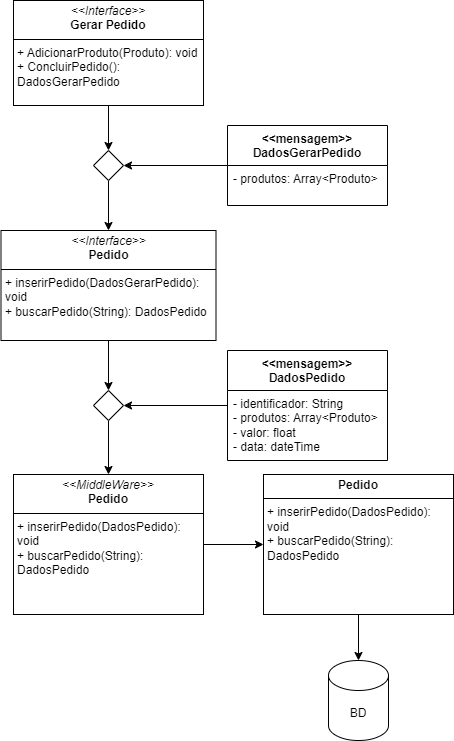
WolWolffz/ThuderBass_Stock keeps this draw.io diagram as design/UMLGerarPedido.drawio.png. Above is the earlier version. Source tidied: cells renumbered, new cells last; positions are measured from the earlier drawing's top-left corner, leaving out a move shared by most shapes.
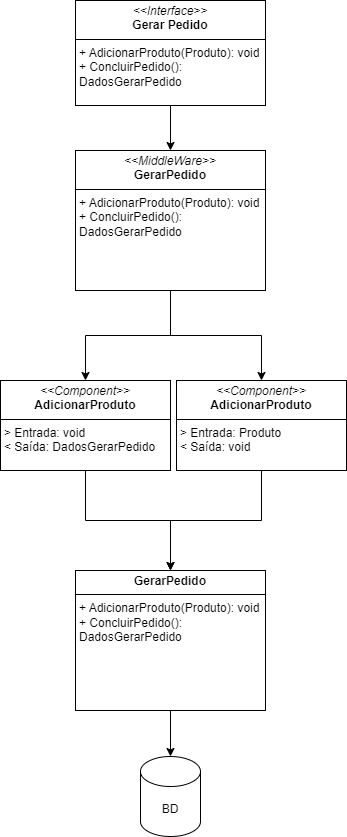
After the change.

The edit, as a diff of the source:
```diff
@@ -2,62 +2,41 @@
   <root>
     <mxCell id="0" />
     <mxCell id="1" parent="0" />
-    <mxCell id="2" style="edgeStyle=orthogonalEdgeStyle;rounded=0;jettySize=auto;html=1;exitX=0.5;exitY=1;exitDx=0;exitDy=0;entryX=0.5;entryY=0;entryDx=0;entryDy=0;" parent="1" edge="1" source="3" target="13">
-      <mxGeometry relative="1" as="geometry" />
-    </mxCell>
+    <mxCell id="21" style="edgeStyle=orthogonalEdgeStyle;rounded=0;jettySize=auto;html=1;exitX=0.5;exitY=1;exitDx=0;exitDy=0;entryX=0.5;entryY=0;entryDx=0;entryDy=0;" parent="1" edge="1" source="3" target="15">
+      <mxGeometry relative="1" as="geometry" />
+    </mxCell>
     <mxCell id="3" value="&lt;p style=&quot;margin:0px;margin-top:4px;text-align:center;&quot;&gt;&lt;i&gt;&amp;lt;&amp;lt;Interface&amp;gt;&amp;gt;&lt;/i&gt;&lt;br&gt;&lt;b&gt;Gerar Pedido&lt;/b&gt;&lt;/p&gt;&lt;hr size=&quot;1&quot; style=&quot;border-style:solid;&quot;&gt;&lt;p style=&quot;margin:0px;margin-left:4px;&quot;&gt;+ AdicionarProduto(Produto): void&lt;br&gt;+ ConcluirPedido(): DadosGerarPedido&lt;/p&gt;" style="verticalAlign=top;align=left;overflow=fill;html=1;whiteSpace=wrap;" parent="1" vertex="1">
-      <mxGeometry x="12" width="190" height="105" as="geometry" />
+      <mxGeometry x="131" y="-190" width="190" height="105" as="geometry" />
     </mxCell>
-    <mxCell id="4" style="edgeStyle=orthogonalEdgeStyle;rounded=0;jettySize=auto;html=1;entryX=1;entryY=0.5;entryDx=0;entryDy=0;" parent="1" edge="1" source="5" target="13">
-      <mxGeometry relative="1" as="geometry" />
-    </mxCell>
-    <mxCell id="5" value="&amp;lt;&amp;lt;mensagem&amp;gt;&amp;gt;&lt;div&gt;DadosGerarPedido&lt;/div&gt;" style="swimlane;fontStyle=1;align=center;verticalAlign=top;horizontal=1;startSize=40;whiteSpace=wrap;html=1;" parent="1" vertex="1">
-      <mxGeometry x="226" y="125" width="160" height="80" as="geometry" />
-    </mxCell>
-    <mxCell id="6" value="&lt;div&gt;- produtos: Array&amp;lt;Produto&amp;gt;&lt;span style=&quot;background-color: initial;&quot;&gt;&amp;nbsp;&lt;/span&gt;&lt;/div&gt;" style="text;strokeColor=none;fillColor=none;align=left;verticalAlign=top;spacingLeft=4;spacingRight=4;overflow=hidden;whiteSpace=wrap;html=1;" parent="5" vertex="1">
-      <mxGeometry y="40" width="160" height="40" as="geometry" />
-    </mxCell>
-    <mxCell id="7" style="edgeStyle=orthogonalEdgeStyle;rounded=0;jettySize=auto;html=1;exitX=0.5;exitY=1;exitDx=0;exitDy=0;entryX=0.5;entryY=0;entryDx=0;entryDy=0;" parent="1" edge="1" source="8" target="19">
-      <mxGeometry relative="1" as="geometry" />
-    </mxCell>
-    <mxCell id="8" value="&lt;p style=&quot;margin:0px;margin-top:4px;text-align:center;&quot;&gt;&lt;i&gt;&amp;lt;&amp;lt;Interface&amp;gt;&amp;gt;&lt;/i&gt;&lt;br&gt;&lt;b&gt;Pedido&lt;/b&gt;&lt;/p&gt;&lt;hr size=&quot;1&quot; style=&quot;border-style:solid;&quot;&gt;&lt;p style=&quot;margin:0px;margin-left:4px;&quot;&gt;+ inserirPedido(DadosGerarPedido): void&lt;br&gt;+ buscarPedido(String): DadosPedido&lt;/p&gt;" style="verticalAlign=top;align=left;overflow=fill;html=1;whiteSpace=wrap;" parent="1" vertex="1">
-      <mxGeometry x="-0.5" y="230" width="215" height="110" as="geometry" />
-    </mxCell>
-    <mxCell id="9" style="edgeStyle=orthogonalEdgeStyle;rounded=0;jettySize=auto;html=1;entryX=1;entryY=0.5;entryDx=0;entryDy=0;" parent="1" edge="1" source="10" target="19">
-      <mxGeometry relative="1" as="geometry" />
-    </mxCell>
-    <mxCell id="10" value="&amp;lt;&amp;lt;mensagem&amp;gt;&amp;gt;&lt;div&gt;DadosPedido&lt;/div&gt;" style="swimlane;fontStyle=1;align=center;verticalAlign=top;horizontal=1;startSize=40;whiteSpace=wrap;html=1;" parent="1" vertex="1">
-      <mxGeometry x="226" y="350" width="160" height="110" as="geometry" />
-    </mxCell>
-    <mxCell id="11" value="- identificador: String&lt;div&gt;- produtos: Array&amp;lt;Produto&amp;gt;&lt;/div&gt;&lt;div&gt;- valor: float&lt;/div&gt;&lt;div&gt;- data: dateTime&lt;/div&gt;" style="text;strokeColor=none;fillColor=none;align=left;verticalAlign=top;spacingLeft=4;spacingRight=4;overflow=hidden;whiteSpace=wrap;html=1;" parent="10" vertex="1">
-      <mxGeometry y="40" width="160" height="70" as="geometry" />
-    </mxCell>
-    <mxCell id="12" style="edgeStyle=orthogonalEdgeStyle;rounded=0;jettySize=auto;html=1;entryX=0.5;entryY=0;entryDx=0;entryDy=0;" parent="1" edge="1" source="13" target="8">
-      <mxGeometry relative="1" as="geometry" />
-    </mxCell>
-    <mxCell id="13" style="rhombus;whiteSpace=wrap;html=1;" parent="1" vertex="1">
-      <mxGeometry x="92" y="150" width="30" height="30" as="geometry" />
-    </mxCell>
-    <mxCell id="14" style="edgeStyle=orthogonalEdgeStyle;rounded=0;jettySize=auto;html=1;exitX=1;exitY=0.5;exitDx=0;exitDy=0;" parent="1" edge="1" source="15" target="17">
-      <mxGeometry relative="1" as="geometry" />
-    </mxCell>
+    <mxCell id="22" style="edgeStyle=orthogonalEdgeStyle;rounded=0;jettySize=auto;html=1;exitX=0.5;exitY=1;exitDx=0;exitDy=0;entryX=0.5;entryY=0;entryDx=0;entryDy=0;" parent="1" edge="1" source="15" target="27">
+      <mxGeometry relative="1" as="geometry" />
+    </mxCell>
+    <mxCell id="23" style="edgeStyle=orthogonalEdgeStyle;rounded=0;jettySize=auto;html=1;exitX=0.5;exitY=1;exitDx=0;exitDy=0;entryX=0.5;entryY=0;entryDx=0;entryDy=0;" parent="1" edge="1" source="15" target="25">
+      <mxGeometry relative="1" as="geometry" />
+    </mxCell>
-    <mxCell id="15" value="&lt;p style=&quot;margin:0px;margin-top:4px;text-align:center;&quot;&gt;&lt;i&gt;&amp;lt;&amp;lt;MiddleWare&amp;gt;&amp;gt;&lt;/i&gt;&lt;br&gt;&lt;b&gt;Pedido&lt;/b&gt;&lt;/p&gt;&lt;hr size=&quot;1&quot; style=&quot;border-style:solid;&quot;&gt;&lt;p style=&quot;margin:0px;margin-left:4px;&quot;&gt;+ inserirPedido(DadosPedido): void&lt;br&gt;+ buscarPedido(String): DadosPedido&lt;/p&gt;" style="verticalAlign=top;align=left;overflow=fill;html=1;whiteSpace=wrap;" parent="1" vertex="1">
-      <mxGeometry x="12" y="474" width="190" height="140" as="geometry" />
+    <mxCell id="15" value="&lt;p style=&quot;margin:0px;margin-top:4px;text-align:center;&quot;&gt;&lt;i&gt;&amp;lt;&amp;lt;MiddleWare&amp;gt;&amp;gt;&lt;/i&gt;&lt;br&gt;&lt;b&gt;GerarPedido&lt;/b&gt;&lt;/p&gt;&lt;hr size=&quot;1&quot; style=&quot;border-style:solid;&quot;&gt;&lt;p style=&quot;margin:0px;margin-left:4px;&quot;&gt;+ AdicionarProduto(Produto): void&lt;br&gt;+ ConcluirPedido(): DadosGerarPedido&lt;br&gt;&lt;/p&gt;" style="verticalAlign=top;align=left;overflow=fill;html=1;whiteSpace=wrap;" parent="1" vertex="1">
+      <mxGeometry x="131" y="-40" width="190" height="140" as="geometry" />
     </mxCell>
     <mxCell id="16" style="edgeStyle=orthogonalEdgeStyle;rounded=0;jettySize=auto;html=1;exitX=0.5;exitY=1;exitDx=0;exitDy=0;" parent="1" edge="1" source="17" target="20">
       <mxGeometry relative="1" as="geometry" />
     </mxCell>
-    <mxCell id="17" value="&lt;p style=&quot;margin:0px;margin-top:4px;text-align:center;&quot;&gt;&lt;b&gt;Pedido&lt;/b&gt;&lt;/p&gt;&lt;hr size=&quot;1&quot; style=&quot;border-style:solid;&quot;&gt;&lt;p style=&quot;margin:0px;margin-left:4px;&quot;&gt;+ inserirPedido(DadosPedido): void&lt;br&gt;+ buscarPedido(String): DadosPedido&lt;/p&gt;" style="verticalAlign=top;align=left;overflow=fill;html=1;whiteSpace=wrap;" parent="1" vertex="1">
-      <mxGeometry x="262" y="474" width="190" height="140" as="geometry" />
+    <mxCell id="17" value="&lt;p style=&quot;margin:0px;margin-top:4px;text-align:center;&quot;&gt;&lt;b&gt;GerarPedido&lt;/b&gt;&lt;/p&gt;&lt;hr size=&quot;1&quot; style=&quot;border-style:solid;&quot;&gt;&lt;p style=&quot;margin:0px;margin-left:4px;&quot;&gt;+ AdicionarProduto(Produto): void&lt;br&gt;+ ConcluirPedido(): DadosGerarPedido&lt;br&gt;&lt;/p&gt;" style="verticalAlign=top;align=left;overflow=fill;html=1;whiteSpace=wrap;" parent="1" vertex="1">
+      <mxGeometry x="131" y="380" width="190" height="140" as="geometry" />
     </mxCell>
-    <mxCell id="18" style="edgeStyle=orthogonalEdgeStyle;rounded=0;jettySize=auto;html=1;entryX=0.5;entryY=0;entryDx=0;entryDy=0;" parent="1" edge="1" source="19" target="15">
-      <mxGeometry relative="1" as="geometry" />
-    </mxCell>
-    <mxCell id="19" style="rhombus;whiteSpace=wrap;html=1;" parent="1" vertex="1">
-      <mxGeometry x="92" y="390" width="30" height="30" as="geometry" />
-    </mxCell>
     <mxCell id="20" value="BD" style="shape=cylinder3;whiteSpace=wrap;html=1;boundedLbl=1;backgroundOutline=1;size=15;" parent="1" vertex="1">
-      <mxGeometry x="327" y="660" width="60" height="80" as="geometry" />
+      <mxGeometry x="196" y="566" width="60" height="80" as="geometry" />
     </mxCell>
+    <mxCell id="24" style="edgeStyle=orthogonalEdgeStyle;rounded=0;jettySize=auto;html=1;exitX=0.5;exitY=1;exitDx=0;exitDy=0;entryX=0.5;entryY=0;entryDx=0;entryDy=0;" parent="1" edge="1" source="25" target="17">
+      <mxGeometry relative="1" as="geometry" />
+    </mxCell>
+    <mxCell id="25" value="&lt;p style=&quot;margin:0px;margin-top:4px;text-align:center;&quot;&gt;&lt;i&gt;&amp;lt;&amp;lt;Component&amp;gt;&amp;gt;&lt;/i&gt;&lt;br&gt;&lt;b&gt;AdicionarProduto&lt;/b&gt;&lt;/p&gt;&lt;hr size=&quot;1&quot; style=&quot;border-style:solid;&quot;&gt;&lt;p style=&quot;margin:0px;margin-left:4px;&quot;&gt;&amp;gt; Entrada: Produto&lt;/p&gt;&lt;p style=&quot;margin:0px;margin-left:4px;&quot;&gt;&lt;span style=&quot;background-color: initial;&quot;&gt;&amp;lt; Saída: void&lt;/span&gt;&lt;/p&gt;" style="verticalAlign=top;align=left;overflow=fill;html=1;whiteSpace=wrap;" parent="1" vertex="1">
+      <mxGeometry x="232" y="190" width="170" height="90" as="geometry" />
+    </mxCell>
+    <mxCell id="26" style="edgeStyle=orthogonalEdgeStyle;rounded=0;jettySize=auto;html=1;exitX=0.5;exitY=1;exitDx=0;exitDy=0;entryX=0.5;entryY=0;entryDx=0;entryDy=0;" parent="1" edge="1" source="27" target="17">
+      <mxGeometry relative="1" as="geometry" />
+    </mxCell>
+    <mxCell id="27" value="&lt;p style=&quot;margin:0px;margin-top:4px;text-align:center;&quot;&gt;&lt;i&gt;&amp;lt;&amp;lt;Component&amp;gt;&amp;gt;&lt;/i&gt;&lt;br&gt;&lt;b&gt;AdicionarProduto&lt;/b&gt;&lt;/p&gt;&lt;hr size=&quot;1&quot; style=&quot;border-style:solid;&quot;&gt;&lt;p style=&quot;margin:0px;margin-left:4px;&quot;&gt;&amp;gt; Entrada: void&lt;/p&gt;&lt;p style=&quot;margin:0px;margin-left:4px;&quot;&gt;&lt;span style=&quot;background-color: initial;&quot;&gt;&amp;lt; Saída: DadosGerarPedido&lt;/span&gt;&lt;/p&gt;" style="verticalAlign=top;align=left;overflow=fill;html=1;whiteSpace=wrap;" parent="1" vertex="1">
+      <mxGeometry x="56" y="190" width="170" height="90" as="geometry" />
+    </mxCell>
   </root>
 </mxGraphModel>
```
